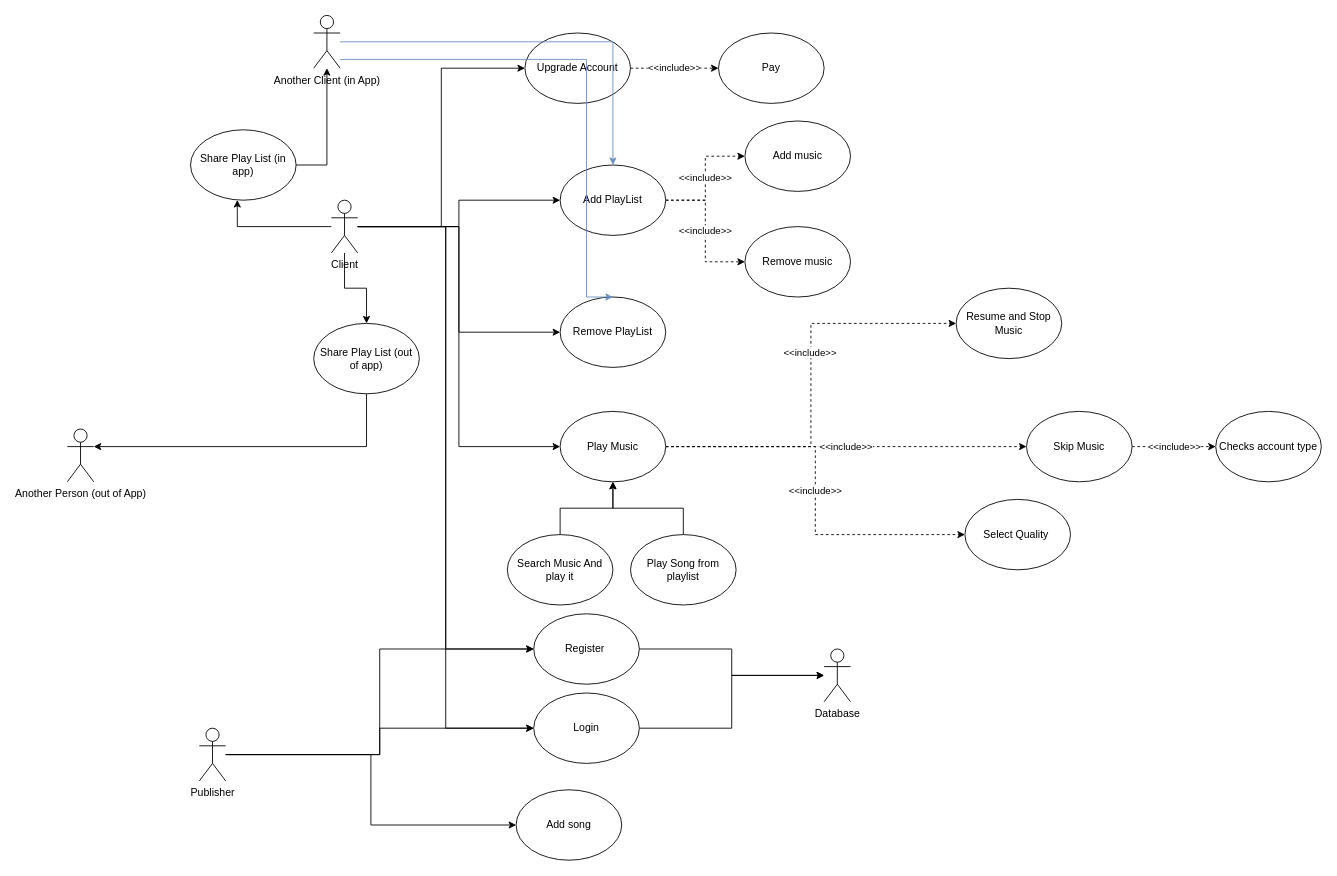
The draw.io diagram use_case.drawio in SmsS4/RhythmBox, before the edit. Source tidied: cells renumbered, new cells numbered last; positions are measured from the earlier drawing's top-left corner, leaving out a move shared by most shapes. Both pictures are drawn from the tidied source at 88%, with x=0, y=0 at pixel (67, 15).
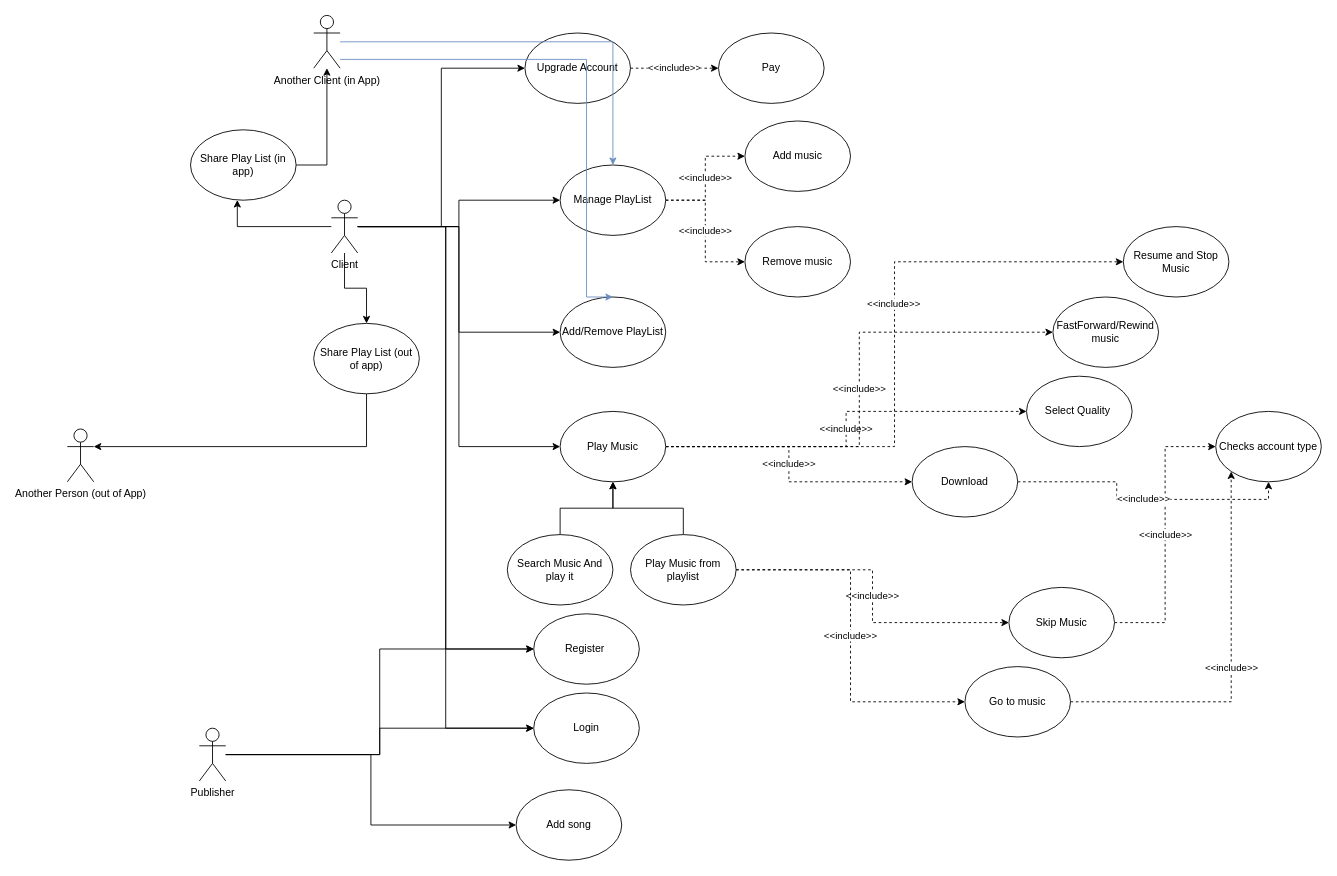
After the change.

The change refers to these unchanged cells:
```xml
<mxCell id="16" value="Login" style="ellipse;whiteSpace=wrap;html=1;" parent="1" vertex="1">
  <mxGeometry x="530" y="770" width="120" height="80" as="geometry" />
</mxCell>
<mxCell id="30" value="Play Music" style="ellipse;whiteSpace=wrap;html=1;" parent="1" vertex="1">
  <mxGeometry x="560" y="450" width="120" height="80" as="geometry" />
</mxCell>
<mxCell id="34" value="Checks account type" style="ellipse;whiteSpace=wrap;html=1;" parent="1" vertex="1">
  <mxGeometry x="1305" y="450" width="120" height="80" as="geometry" />
</mxCell>
<mxCell id="50" value="Register&amp;nbsp;" style="ellipse;whiteSpace=wrap;html=1;" parent="1" vertex="1">
  <mxGeometry x="530" y="680" width="120" height="80" as="geometry" />
</mxCell>
```

What changed in the source:
```diff
@@
-    <mxCell id="15" style="edgeStyle=orthogonalEdgeStyle;rounded=0;jettySize=auto;html=1;" parent="1" edge="1" source="16" target="51">
-      <mxGeometry relative="1" as="geometry" />
-    </mxCell>
@@
-    <mxCell id="22" value="Add PlayList" style="ellipse;whiteSpace=wrap;html=1;" parent="1" vertex="1">
+    <mxCell id="22" value="Manage PlayList" style="ellipse;whiteSpace=wrap;html=1;" parent="1" vertex="1">
       <mxGeometry x="560" y="170" width="120" height="80" as="geometry" />
     </mxCell>
@@
-    <mxCell id="25" value="Remove PlayList" style="ellipse;whiteSpace=wrap;html=1;" parent="1" vertex="1">
+    <mxCell id="25" value="Add/Remove PlayList" style="ellipse;whiteSpace=wrap;html=1;" parent="1" vertex="1">
       <mxGeometry x="560" y="320" width="120" height="80" as="geometry" />
     </mxCell>
@@
-    <mxCell id="28" value="&amp;lt;&amp;lt;include&amp;gt;&amp;gt;" style="edgeStyle=orthogonalEdgeStyle;rounded=0;jettySize=auto;html=1;entryX=0;entryY=0.5;entryDx=0;entryDy=0;dashed=1;" parent="1" edge="1" source="30" target="33">
-      <mxGeometry relative="1" as="geometry" />
-    </mxCell>
@@
+    <mxCell id="52" value="&amp;lt;&amp;lt;include&amp;gt;&amp;gt;" style="edgeStyle=orthogonalEdgeStyle;rounded=0;jettySize=auto;html=1;entryX=0;entryY=0.5;entryDx=0;entryDy=0;dashed=1;" parent="1" edge="1" source="30" target="57">
+      <mxGeometry relative="1" as="geometry" />
+    </mxCell>
+    <mxCell id="53" value="&amp;lt;&amp;lt;include&amp;gt;&amp;gt;" style="edgeStyle=orthogonalEdgeStyle;rounded=0;jettySize=auto;html=1;entryX=0;entryY=0.5;entryDx=0;entryDy=0;dashed=1;" parent="1" edge="1" source="30" target="58">
+      <mxGeometry relative="1" as="geometry" />
+    </mxCell>
@@
     <mxCell id="31" value="Resume and Stop Music" style="ellipse;whiteSpace=wrap;html=1;" parent="1" vertex="1">
-      <mxGeometry x="1010" y="310" width="120" height="80" as="geometry" />
+      <mxGeometry x="1200" y="240" width="120" height="80" as="geometry" />
     </mxCell>
@@
     <mxCell id="33" value="Skip Music" style="ellipse;whiteSpace=wrap;html=1;" parent="1" vertex="1">
-      <mxGeometry x="1090" y="450" width="120" height="80" as="geometry" />
+      <mxGeometry x="1070" y="650" width="120" height="80" as="geometry" />
     </mxCell>
@@
+    <mxCell id="54" value="&amp;lt;&amp;lt;include&amp;gt;&amp;gt;" style="edgeStyle=orthogonalEdgeStyle;rounded=0;jettySize=auto;html=1;entryX=0;entryY=0.5;entryDx=0;entryDy=0;dashed=1;" parent="1" edge="1" source="38" target="33">
+      <mxGeometry relative="1" as="geometry" />
+    </mxCell>
+    <mxCell id="55" value="&amp;lt;&amp;lt;include&amp;gt;&amp;gt;" style="edgeStyle=orthogonalEdgeStyle;rounded=0;jettySize=auto;html=1;entryX=0;entryY=0.5;entryDx=0;entryDy=0;dashed=1;" parent="1" edge="1" source="38" target="60">
+      <mxGeometry relative="1" as="geometry" />
+    </mxCell>
-    <mxCell id="38" value="Play Song from playlist" style="ellipse;whiteSpace=wrap;html=1;" parent="1" vertex="1">
+    <mxCell id="38" value="Play Music from playlist" style="ellipse;whiteSpace=wrap;html=1;" parent="1" vertex="1">
       <mxGeometry x="640" y="590" width="120" height="80" as="geometry" />
     </mxCell>
@@
     <mxCell id="47" value="Select Quality&amp;nbsp;" style="ellipse;whiteSpace=wrap;html=1;" parent="1" vertex="1">
-      <mxGeometry x="1020" y="550" width="120" height="80" as="geometry" />
+      <mxGeometry x="1090" y="410" width="120" height="80" as="geometry" />
     </mxCell>
@@
-    <mxCell id="49" style="edgeStyle=orthogonalEdgeStyle;rounded=0;jettySize=auto;html=1;" parent="1" edge="1" source="50" target="51">
-      <mxGeometry relative="1" as="geometry" />
-    </mxCell>
@@
-    <mxCell id="51" value="Database" style="shape=umlActor;verticalLabelPosition=bottom;verticalAlign=top;html=1;outlineConnect=0;" parent="1" vertex="1">
-      <mxGeometry x="860" y="720" width="30" height="60" as="geometry" />
-    </mxCell>
+    <mxCell id="56" value="&amp;lt;&amp;lt;include&amp;gt;&amp;gt;" style="edgeStyle=orthogonalEdgeStyle;rounded=0;jettySize=auto;html=1;entryX=0.5;entryY=1;entryDx=0;entryDy=0;dashed=1;" parent="1" edge="1" source="57" target="34">
+      <mxGeometry relative="1" as="geometry" />
+    </mxCell>
+    <mxCell id="57" value="Download" style="ellipse;whiteSpace=wrap;html=1;" parent="1" vertex="1">
+      <mxGeometry x="960" y="490" width="120" height="80" as="geometry" />
+    </mxCell>
+    <mxCell id="58" value="FastForward/Rewind music" style="ellipse;whiteSpace=wrap;html=1;" parent="1" vertex="1">
+      <mxGeometry x="1120" y="320" width="120" height="80" as="geometry" />
+    </mxCell>
+    <mxCell id="59" value="&amp;lt;&amp;lt;include&amp;gt;&amp;gt;" style="edgeStyle=orthogonalEdgeStyle;rounded=0;jettySize=auto;html=1;entryX=0;entryY=1;entryDx=0;entryDy=0;dashed=1;" parent="1" edge="1" source="60" target="34">
+      <mxGeometry relative="1" as="geometry" />
+    </mxCell>
+    <mxCell id="60" value="Go to music" style="ellipse;whiteSpace=wrap;html=1;" parent="1" vertex="1">
+      <mxGeometry x="1020" y="740" width="120" height="80" as="geometry" />
+    </mxCell>
```
